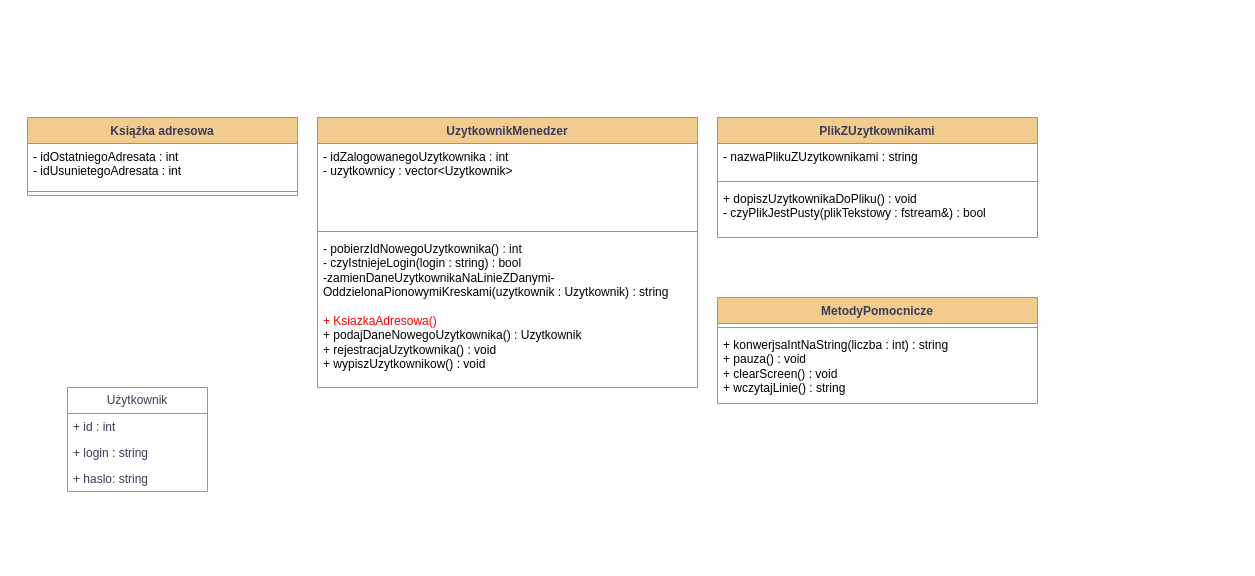
endyyKD/KsiazkaAdresowa_OOP keeps this draw.io diagram as Ksiazka adresowa.drawio. Above is the earlier version. Source tidied: cells renumbered, new cells numbered last; positions are measured from the earlier drawing's top-left corner, leaving out a move shared by most shapes. Both pictures are drawn from the tidied source at 100%, with x=0, y=0 at pixel (27, 117).
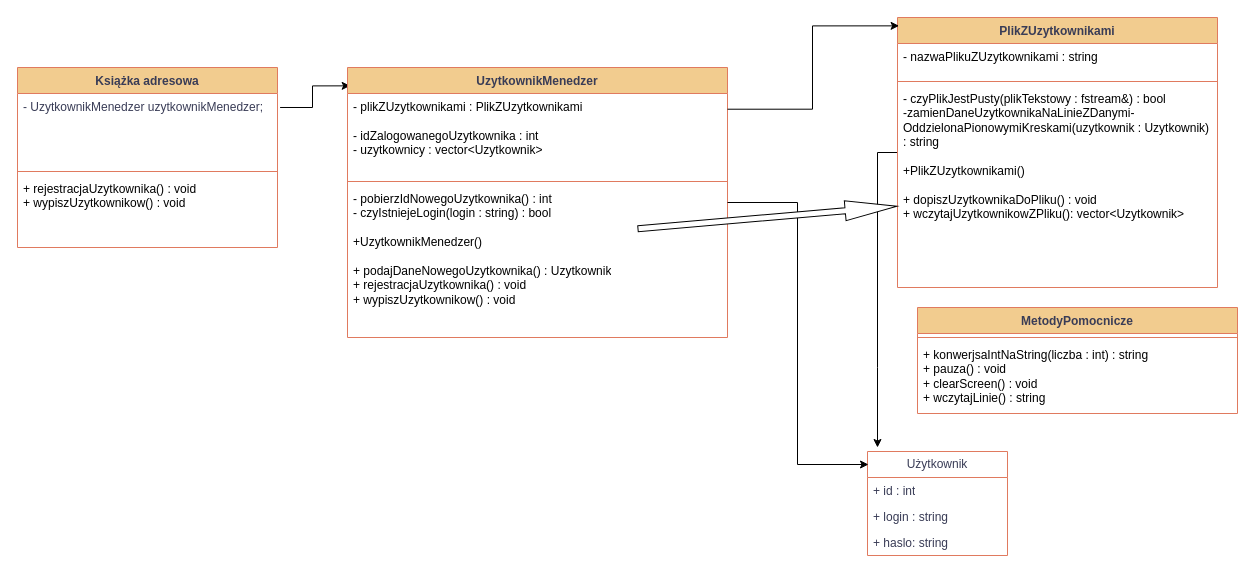
After the change.

Commit message (it also covers changes not shown here):
Loading users from file to vector at the program startup

Diff of the diagram source:
```diff
@@
+    <mxCell id="20" style="edgeStyle=orthogonalEdgeStyle;rounded=0;jettySize=auto;html=1;entryX=0.007;entryY=0.068;entryDx=0;entryDy=0;entryPerimeter=0;exitX=1.01;exitY=0.189;exitDx=0;exitDy=0;exitPerimeter=0;" parent="1" edge="1" source="3" target="9">
+      <mxGeometry relative="1" as="geometry" />
+    </mxCell>
-    <mxCell id="2" value="Książka adresowa" style="swimlane;fontStyle=1;align=center;verticalAlign=top;horizontal=1;startSize=26;whiteSpace=wrap;html=1;labelBackgroundColor=none;fillColor=#F2CC8F;strokeColor=#E07A5F;fontColor=#393C56;" parent="1" vertex="1">
-      <mxGeometry width="270" height="78" as="geometry" />
+    <mxCell id="2" value="Książka adresowa" style="swimlane;fontStyle=1;align=center;verticalAlign=top;horizontal=1;startSize=26;whiteSpace=wrap;html=1;labelBackgroundColor=none;fillColor=#F2CC8F;strokeColor=#E07A5F;fontColor=#393C56;swimlaneFillColor=default;swimlaneLine=1;" parent="1" vertex="1">
+      <mxGeometry x="-10" y="-50" width="260" height="180" as="geometry" />
     </mxCell>
-    <mxCell id="3" value="&lt;div&gt;&lt;div&gt;&lt;span style=&quot;color: rgb(0, 0, 0);&quot;&gt;- idOstatniegoAdresata : int&lt;/span&gt;&lt;br style=&quot;padding: 0px; margin: 0px; color: rgb(0, 0, 0);&quot;&gt;&lt;span style=&quot;color: rgb(0, 0, 0);&quot;&gt;- idUsunietegoAdresata : int&lt;/span&gt;&lt;br style=&quot;padding: 0px; margin: 0px; color: rgb(0, 0, 0);&quot;&gt;&lt;/div&gt;&lt;/div&gt;" style="text;strokeColor=none;fillColor=none;align=left;verticalAlign=top;spacingLeft=4;spacingRight=4;overflow=hidden;points=[[0,0.5],[1,0.5]];portConstraint=eastwest;whiteSpace=wrap;html=1;labelBackgroundColor=none;fontColor=#393C56;" parent="2" vertex="1">
-      <mxGeometry y="26" width="270" height="44" as="geometry" />
+    <mxCell id="3" value="- UzytkownikMenedzer uzytkownikMenedzer;" style="text;strokeColor=light-dark(rgba(0, 0, 0, 0), #ededed);fillColor=none;align=left;verticalAlign=top;spacingLeft=4;spacingRight=4;overflow=hidden;points=[[0,0.5],[1,0.5]];portConstraint=eastwest;whiteSpace=wrap;html=1;labelBackgroundColor=none;fontColor=#393C56;" parent="2" vertex="1">
+      <mxGeometry y="26" width="260" height="74" as="geometry" />
     </mxCell>
-    <mxCell id="4" style="line;strokeWidth=1;fillColor=none;align=left;verticalAlign=middle;spacingTop=-1;spacingLeft=3;spacingRight=3;labelPosition=right;strokeColor=#E07A5F;labelBackgroundColor=none;fontColor=#393C56;" parent="2" vertex="1">
-      <mxGeometry y="70" width="270" height="8" as="geometry" />
-    </mxCell>
+    <mxCell id="21" style="line;strokeWidth=1;fillColor=none;align=left;verticalAlign=middle;spacingTop=-1;spacingLeft=3;spacingRight=3;labelPosition=right;strokeColor=#E07A5F;labelBackgroundColor=none;fontColor=#393C56;" parent="2" vertex="1">
+      <mxGeometry y="100" width="260" height="8" as="geometry" />
+    </mxCell>
+    <mxCell id="22" value="&lt;div&gt;&lt;div&gt;&lt;font color=&quot;#000000&quot;&gt;+ rejestracjaUzytkownika() : void&lt;/font&gt;&lt;br style=&quot;color: rgb(57, 60, 86); padding: 0px; margin: 0px;&quot;&gt;&lt;font color=&quot;#000000&quot;&gt;+ wypiszUzytkownikow() : void&lt;/font&gt;&lt;/div&gt;&lt;/div&gt;&lt;div&gt;&lt;br&gt;&lt;/div&gt;" style="text;align=left;verticalAlign=top;spacingLeft=4;spacingRight=4;overflow=hidden;whiteSpace=wrap;html=1;labelBackgroundColor=none;" parent="2" vertex="1">
+      <mxGeometry y="108" width="260" height="72" as="geometry" />
+    </mxCell>
     <mxCell id="5" value="Użytkownik" style="swimlane;fontStyle=0;horizontal=1;startSize=26;fillColor=none;whiteSpace=wrap;html=1;labelBackgroundColor=none;strokeColor=#E07A5F;fontColor=#393C56;" parent="1" vertex="1">
-      <mxGeometry x="40" y="270" width="140" height="104" as="geometry" />
+      <mxGeometry x="840" y="334" width="140" height="104" as="geometry" />
     </mxCell>
@@
     <mxCell id="9" value="UzytkownikMenedzer" style="swimlane;fontStyle=1;align=center;verticalAlign=top;horizontal=1;startSize=26;whiteSpace=wrap;html=1;labelBackgroundColor=none;fillColor=#F2CC8F;strokeColor=#E07A5F;fontColor=#393C56;" parent="1" vertex="1">
-      <mxGeometry x="290" width="380" height="270" as="geometry" />
+      <mxGeometry x="320" y="-50" width="380" height="270" as="geometry" />
     </mxCell>
-    <mxCell id="10" value="&lt;div&gt;&lt;div&gt;&lt;span style=&quot;color: rgb(0, 0, 0);&quot;&gt;- idZalogowanegoUzytkownika : int&lt;/span&gt;&lt;br style=&quot;padding: 0px; margin: 0px; color: rgb(0, 0, 0);&quot;&gt;&lt;span style=&quot;color: rgb(0, 0, 0);&quot;&gt;- uzytkownicy : vector&amp;lt;Uzytkownik&amp;gt;&lt;/span&gt;&lt;br style=&quot;padding: 0px; margin: 0px; color: rgb(0, 0, 0);&quot;&gt;&lt;br style=&quot;padding: 0px; margin: 0px; color: rgb(0, 0, 0);&quot;&gt;&lt;/div&gt;&lt;/div&gt;" style="text;strokeColor=none;fillColor=none;align=left;verticalAlign=top;spacingLeft=4;spacingRight=4;overflow=hidden;points=[[0,0.5],[1,0.5]];portConstraint=eastwest;whiteSpace=wrap;html=1;labelBackgroundColor=none;fontColor=#393C56;" parent="9" vertex="1">
+    <mxCell id="10" value="&lt;div&gt;&lt;div&gt;&lt;font style=&quot;color: rgb(0, 0, 0);&quot;&gt;- plikZUzytkownikami : PlikZUzytkownikami&lt;br style=&quot;padding: 0px; margin: 0px;&quot;&gt;&lt;/font&gt;&lt;/div&gt;&lt;div&gt;&lt;font style=&quot;color: rgb(0, 0, 0);&quot;&gt;&lt;br&gt;&lt;/font&gt;&lt;/div&gt;&lt;div&gt;&lt;font style=&quot;color: rgb(0, 0, 0);&quot;&gt;&lt;span&gt;- &lt;/span&gt;&lt;font&gt;&lt;span style=&quot;color: rgb(0, 0, 0);&quot;&gt;idZalogowanegoUzytkownika : int&lt;/span&gt;&lt;br style=&quot;padding: 0px; margin: 0px; color: rgb(0, 0, 0);&quot;&gt;&lt;span style=&quot;color: rgb(0, 0, 0);&quot;&gt;- uzytkownicy : vector&amp;lt;Uzytkownik&amp;gt;&lt;/span&gt;&lt;/font&gt;&lt;/font&gt;&lt;/div&gt;&lt;div&gt;&lt;br style=&quot;padding: 0px; margin: 0px; color: rgb(0, 0, 0);&quot;&gt;&lt;/div&gt;&lt;/div&gt;" style="text;strokeColor=none;fillColor=none;align=left;verticalAlign=top;spacingLeft=4;spacingRight=4;overflow=hidden;points=[[0,0.5],[1,0.5]];portConstraint=eastwest;whiteSpace=wrap;html=1;labelBackgroundColor=none;fontColor=#393C56;" parent="9" vertex="1">
       <mxGeometry y="26" width="380" height="84" as="geometry" />
     </mxCell>
@@
-    <mxCell id="12" value="&lt;span style=&quot;color: rgb(0, 0, 0);&quot;&gt;- pobierzIdNowegoUzytkownika() : int&lt;/span&gt;&lt;br style=&quot;padding: 0px; margin: 0px; color: rgb(0, 0, 0);&quot;&gt;&lt;span style=&quot;color: rgb(0, 0, 0);&quot;&gt;- czyIstniejeLogin(login : string) : bool&lt;/span&gt;&lt;div&gt;&lt;span style=&quot;color: rgb(0, 0, 0);&quot;&gt;&lt;div style=&quot;&quot;&gt;&lt;font color=&quot;#000000&quot;&gt;-zamienDaneUzytkownikaNaLinieZDanymi-OddzielonaPionowymiKreskami(uzytkownik : Uzytkownik) : string&lt;/font&gt;&lt;/div&gt;&lt;/span&gt;&lt;/div&gt;&lt;div&gt;&lt;span style=&quot;color: rgb(0, 0, 0); background-color: light-dark(#ffffff, var(--ge-dark-color, #121212));&quot;&gt;&lt;br&gt;&lt;/span&gt;&lt;/div&gt;&lt;div&gt;&lt;span&gt;&lt;span&gt;&lt;font style=&quot;color: rgb(255, 0, 0);&quot;&gt;+ KsiazkaAdresowa()&lt;/font&gt;&lt;/span&gt;&lt;/span&gt;&lt;/div&gt;&lt;div&gt;&lt;span style=&quot;color: rgb(0, 0, 0);&quot;&gt;+ podajDaneNowegoUzytkownika() : Uzytkownik&lt;/span&gt;&lt;span&gt;&lt;font color=&quot;#ff0000&quot;&gt;&lt;br style=&quot;padding: 0px; margin: 0px;&quot;&gt;&lt;/font&gt;&lt;font color=&quot;#000000&quot;&gt;+ rejestracjaUzytkownika() : void&lt;/font&gt;&lt;br style=&quot;padding: 0px; margin: 0px;&quot;&gt;&lt;font color=&quot;#000000&quot;&gt;+ wypiszUzytkownikow() : void&lt;/font&gt;&lt;/span&gt;&lt;/div&gt;" style="text;strokeColor=none;fillColor=none;align=left;verticalAlign=top;spacingLeft=4;spacingRight=4;overflow=hidden;whiteSpace=wrap;html=1;labelBackgroundColor=none;fontColor=#393C56;" parent="9" vertex="1">
+    <mxCell id="12" value="&lt;span style=&quot;color: rgb(0, 0, 0);&quot;&gt;- pobierzIdNowegoUzytkownika() : int&lt;/span&gt;&lt;br style=&quot;padding: 0px; margin: 0px; color: rgb(0, 0, 0);&quot;&gt;&lt;span style=&quot;color: rgb(0, 0, 0);&quot;&gt;- czyIstniejeLogin(login : string) : bool&lt;/span&gt;&lt;div&gt;&lt;span style=&quot;color: rgb(0, 0, 0);&quot;&gt;&lt;div style=&quot;&quot;&gt;&lt;br&gt;&lt;/div&gt;&lt;div style=&quot;&quot;&gt;&lt;font color=&quot;#000000&quot;&gt;+UzytkownikMenedzer()&lt;/font&gt;&lt;/div&gt;&lt;div style=&quot;&quot;&gt;&lt;font color=&quot;#000000&quot;&gt;&lt;br&gt;&lt;/font&gt;&lt;/div&gt;&lt;/span&gt;&lt;/div&gt;&lt;div&gt;&lt;span style=&quot;color: rgb(0, 0, 0);&quot;&gt;+ podajDaneNowegoUzytkownika() : Uzytkownik&lt;/span&gt;&lt;span&gt;&lt;font color=&quot;#ff0000&quot;&gt;&lt;br style=&quot;padding: 0px; margin: 0px;&quot;&gt;&lt;/font&gt;&lt;font color=&quot;#000000&quot;&gt;+ rejestracjaUzytkownika() : void&lt;/font&gt;&lt;br style=&quot;padding: 0px; margin: 0px;&quot;&gt;&lt;font color=&quot;#000000&quot;&gt;+ wypiszUzytkownikow() : void&lt;/font&gt;&lt;/span&gt;&lt;/div&gt;" style="text;strokeColor=none;fillColor=none;align=left;verticalAlign=top;spacingLeft=4;spacingRight=4;overflow=hidden;whiteSpace=wrap;html=1;labelBackgroundColor=none;fontColor=#393C56;" parent="9" vertex="1">
       <mxGeometry y="118" width="380" height="152" as="geometry" />
     </mxCell>
+    <mxCell id="23" style="edgeStyle=orthogonalEdgeStyle;rounded=0;jettySize=auto;html=1;" parent="1" edge="1" source="13">
+      <mxGeometry relative="1" as="geometry">
+        <mxPoint x="850" y="330" as="targetPoint" />
+      </mxGeometry>
+    </mxCell>
     <mxCell id="13" value="PlikZUzytkownikami" style="swimlane;fontStyle=1;align=center;verticalAlign=top;horizontal=1;startSize=26;whiteSpace=wrap;html=1;labelBackgroundColor=none;fillColor=#F2CC8F;strokeColor=#E07A5F;fontColor=#393C56;" parent="1" vertex="1">
-      <mxGeometry x="690" width="320" height="120" as="geometry" />
+      <mxGeometry x="870" y="-100" width="320" height="270" as="geometry" />
     </mxCell>
@@
-    <mxCell id="16" value="&lt;div&gt;&lt;span style=&quot;color: rgb(0, 0, 0);&quot;&gt;+ dopiszUzytkownikaDoPliku() : void&lt;/span&gt;&lt;/div&gt;&lt;div&gt;&lt;span style=&quot;color: rgb(0, 0, 0);&quot;&gt;&lt;div&gt;&lt;font color=&quot;#000000&quot;&gt;- czyPlikJestPusty(plikTekstowy : fstream&amp;amp;) : bool&lt;/font&gt;&lt;/div&gt;&lt;div style=&quot;color: rgb(0, 0, 0);&quot;&gt;&lt;br&gt;&lt;/div&gt;&lt;/span&gt;&lt;/div&gt;" style="text;strokeColor=none;fillColor=none;align=left;verticalAlign=top;spacingLeft=4;spacingRight=4;overflow=hidden;whiteSpace=wrap;html=1;labelBackgroundColor=none;fontColor=#393C56;" parent="13" vertex="1">
-      <mxGeometry y="68" width="320" height="52" as="geometry" />
+    <mxCell id="16" value="&lt;div&gt;&lt;span style=&quot;color: rgb(0, 0, 0); background-color: transparent;&quot;&gt;- czyPlikJestPusty(plikTekstowy : fstream&amp;amp;) : bool&lt;/span&gt;&lt;/div&gt;&lt;div&gt;&lt;span style=&quot;color: rgb(0, 0, 0);&quot;&gt;&lt;div style=&quot;color: rgb(0, 0, 0);&quot;&gt;-zamienDaneUzytkownikaNaLinieZDanymi-OddzielonaPionowymiKreskami(uzytkownik : Uzytkownik) : string&lt;/div&gt;&lt;div style=&quot;color: rgb(0, 0, 0);&quot;&gt;&lt;br&gt;&lt;/div&gt;&lt;div style=&quot;color: rgb(0, 0, 0);&quot;&gt;&lt;div style=&quot;color: rgb(57, 60, 86);&quot;&gt;&lt;span style=&quot;color: rgb(0, 0, 0);&quot;&gt;+PlikZUzytkownikami()&amp;nbsp;&lt;/span&gt;&lt;/div&gt;&lt;div style=&quot;color: rgb(57, 60, 86);&quot;&gt;&lt;span style=&quot;color: rgb(0, 0, 0);&quot;&gt;&lt;br&gt;&lt;/span&gt;&lt;/div&gt;&lt;div style=&quot;color: rgb(57, 60, 86);&quot;&gt;&lt;span style=&quot;color: rgb(0, 0, 0);&quot;&gt;+ dopiszUzytkownikaDoPliku() : void&lt;/span&gt;&lt;/div&gt;&lt;div style=&quot;color: rgb(57, 60, 86);&quot;&gt;&lt;span style=&quot;color: rgb(0, 0, 0); background-color: transparent;&quot;&gt;+ wczytajUzytkownikowZPliku(): vector&amp;lt;Uzytkownik&amp;gt;&lt;/span&gt;&lt;/div&gt;&lt;/div&gt;&lt;/span&gt;&lt;/div&gt;" style="text;strokeColor=none;fillColor=none;align=left;verticalAlign=top;spacingLeft=4;spacingRight=4;overflow=hidden;whiteSpace=wrap;html=1;labelBackgroundColor=none;fontColor=#393C56;" parent="13" vertex="1">
+      <mxGeometry y="68" width="320" height="202" as="geometry" />
     </mxCell>
     <mxCell id="17" value="MetodyPomocnicze" style="swimlane;fontStyle=1;align=center;verticalAlign=top;horizontal=1;startSize=26;whiteSpace=wrap;html=1;labelBackgroundColor=none;fillColor=#F2CC8F;strokeColor=#E07A5F;fontColor=#393C56;" parent="1" vertex="1">
-      <mxGeometry x="690" y="180" width="320" height="106" as="geometry" />
+      <mxGeometry x="890" y="190" width="320" height="106" as="geometry" />
     </mxCell>
@@
+    <mxCell id="24" style="edgeStyle=orthogonalEdgeStyle;rounded=0;jettySize=auto;html=1;entryX=0.007;entryY=0.125;entryDx=0;entryDy=0;entryPerimeter=0;" parent="1" edge="1" source="9" target="5">
+      <mxGeometry relative="1" as="geometry" />
+    </mxCell>
+    <mxCell id="25" style="shape=singleArrow;whiteSpace=wrap;html=1;rotation=-5;" parent="1" vertex="1">
+      <mxGeometry x="610" y="90" width="260" height="20" as="geometry" />
+    </mxCell>
+    <mxCell id="26" style="edgeStyle=orthogonalEdgeStyle;rounded=0;jettySize=auto;html=1;entryX=0.005;entryY=0.031;entryDx=0;entryDy=0;entryPerimeter=0;exitX=1;exitY=0.187;exitDx=0;exitDy=0;exitPerimeter=0;" parent="1" edge="1" source="10" target="13">
+      <mxGeometry relative="1" as="geometry" />
+    </mxCell>
```
